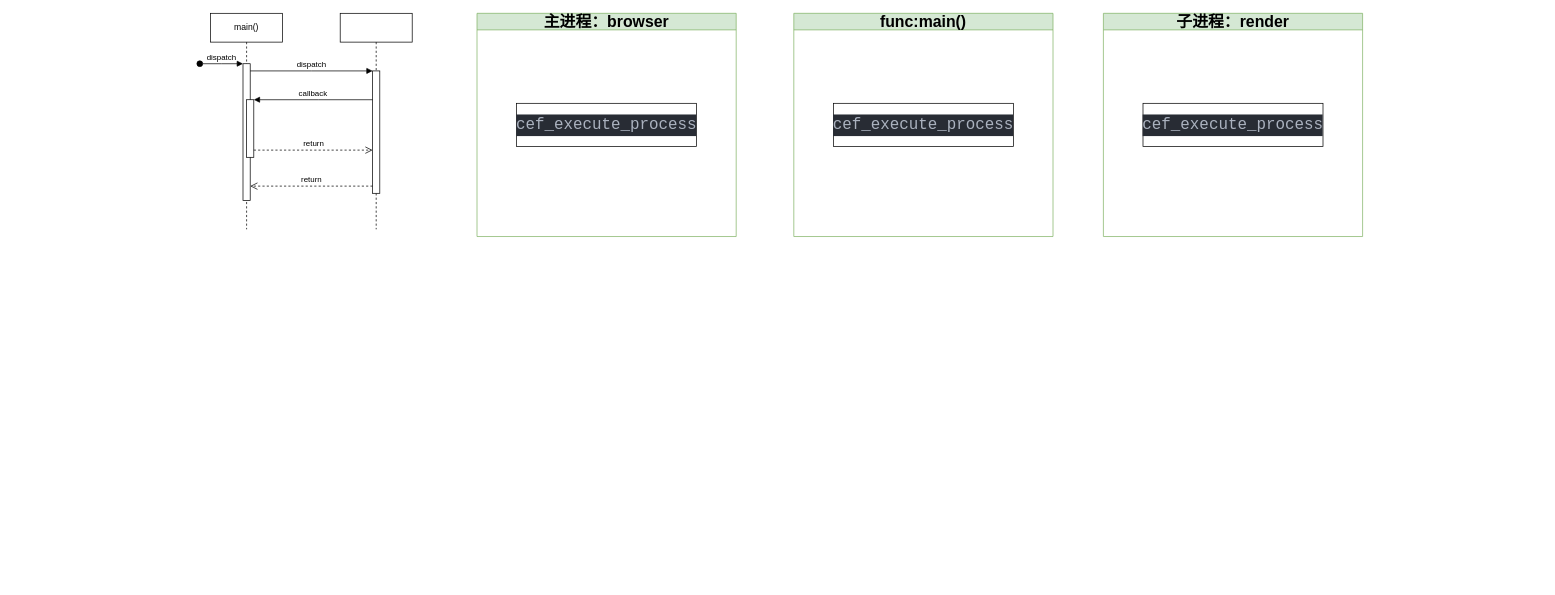
The draw.io diagram 未命名绘图.drawio in User-Cool/libcef-c-doc, before the edit. Source tidied: cells renumbered, new cells numbered last; positions are measured from the earlier drawing's top-left corner, leaving out a move shared by most shapes. Both pictures are drawn from the tidied source at 72%, with x=0, y=0 at pixel (199, 13).
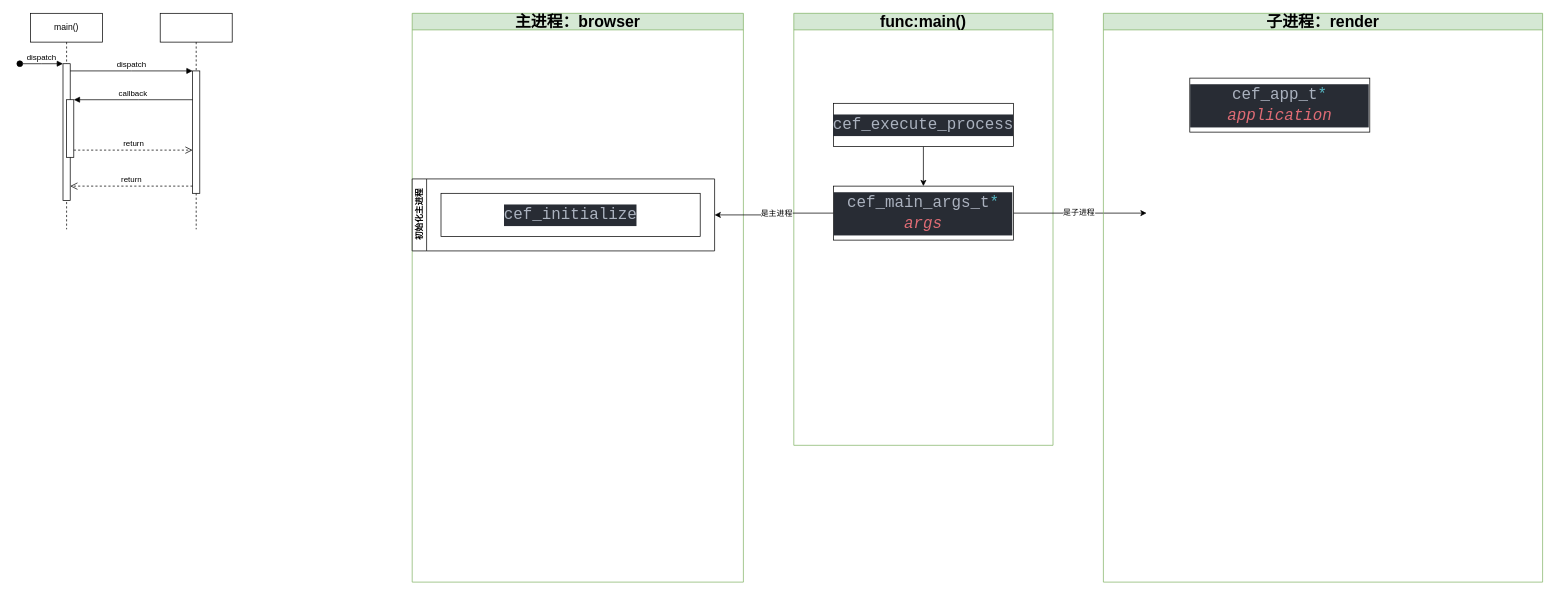
Above is the later version.

Commit message (it also covers changes not shown here):
更新未命名绘图.drawio

The change refers to these unchanged cells:
```xml
<mxCell id="3" style="html=1;points=[];perimeter=orthogonalPerimeter;outlineConnect=0;targetShapes=umlLifeline;portConstraint=eastwest;newEdgeStyle={&quot;edgeStyle&quot;:&quot;elbowEdgeStyle&quot;,&quot;elbow&quot;:&quot;vertical&quot;,&quot;curved&quot;:0,&quot;rounded&quot;:0};" parent="2" vertex="1">
  <mxGeometry x="45" y="70" width="10" height="190" as="geometry" />
</mxCell>
<mxCell id="5" style="html=1;points=[];perimeter=orthogonalPerimeter;outlineConnect=0;targetShapes=umlLifeline;portConstraint=eastwest;newEdgeStyle={&quot;edgeStyle&quot;:&quot;elbowEdgeStyle&quot;,&quot;elbow&quot;:&quot;vertical&quot;,&quot;curved&quot;:0,&quot;rounded&quot;:0};" parent="2" vertex="1">
  <mxGeometry x="50" y="120" width="10" height="80" as="geometry" />
</mxCell>
<mxCell id="7" style="html=1;points=[];perimeter=orthogonalPerimeter;outlineConnect=0;targetShapes=umlLifeline;portConstraint=eastwest;newEdgeStyle={&quot;edgeStyle&quot;:&quot;elbowEdgeStyle&quot;,&quot;elbow&quot;:&quot;vertical&quot;,&quot;curved&quot;:0,&quot;rounded&quot;:0};" parent="6" vertex="1">
  <mxGeometry x="45" y="80" width="10" height="170" as="geometry" />
</mxCell>
<mxCell id="13" value="&lt;div style=&quot;color: rgb(171, 178, 191); background-color: rgb(40, 44, 52); font-family: Consolas, &amp;quot;Source Code Pro&amp;quot;, &amp;quot;Source Code Pro&amp;quot;, Consolas, &amp;quot;Courier New&amp;quot;, monospace; font-size: 22px; line-height: 30px;&quot;&gt;cef_execute_process&lt;/div&gt;" style="rounded=0;whiteSpace=wrap;html=1;" parent="12" vertex="1">
  <mxGeometry x="55" y="125" width="250" height="60" as="geometry" />
</mxCell>
```

What changed in the source:
```diff
@@
     <mxCell id="2" value="main()" style="shape=umlLifeline;perimeter=lifelinePerimeter;whiteSpace=wrap;html=1;newEdgeStyle={&quot;edgeStyle&quot;:&quot;elbowEdgeStyle&quot;,&quot;elbow&quot;:&quot;vertical&quot;,&quot;curved&quot;:0,&quot;rounded&quot;:0};" parent="1" vertex="1">
-      <mxGeometry x="15" width="100" height="300" as="geometry" />
+      <mxGeometry x="-235" width="100" height="300" as="geometry" />
     </mxCell>
@@
     <mxCell id="6" style="shape=umlLifeline;perimeter=lifelinePerimeter;whiteSpace=wrap;html=1;newEdgeStyle={&quot;edgeStyle&quot;:&quot;elbowEdgeStyle&quot;,&quot;elbow&quot;:&quot;vertical&quot;,&quot;curved&quot;:0,&quot;rounded&quot;:0};" parent="1" vertex="1">
-      <mxGeometry x="195" width="100" height="300" as="geometry" />
+      <mxGeometry x="-55" width="100" height="300" as="geometry" />
     </mxCell>
@@
     <mxCell id="8" value="dispatch" style="html=1;verticalAlign=bottom;endArrow=block;edgeStyle=elbowEdgeStyle;elbow=vertical;curved=0;rounded=0;" parent="1" edge="1" source="3" target="7">
       <mxGeometry relative="1" as="geometry">
         <Array as="points">
-          <mxPoint x="155" y="80" />
+          <mxPoint x="-95" y="80" />
         </Array>
       </mxGeometry>
     </mxCell>
     <mxCell id="9" value="return" style="html=1;verticalAlign=bottom;endArrow=open;dashed=1;endSize=8;edgeStyle=elbowEdgeStyle;elbow=vertical;curved=0;rounded=0;" parent="1" edge="1" source="7" target="3">
       <mxGeometry relative="1" as="geometry">
         <Array as="points">
-          <mxPoint x="165" y="240" />
+          <mxPoint x="-85" y="240" />
         </Array>
       </mxGeometry>
     </mxCell>
     <mxCell id="10" value="callback" style="html=1;verticalAlign=bottom;endArrow=block;edgeStyle=elbowEdgeStyle;elbow=vertical;curved=0;rounded=0;" parent="1" edge="1" source="7" target="5">
       <mxGeometry relative="1" as="geometry">
         <Array as="points">
-          <mxPoint x="165" y="120" />
+          <mxPoint x="-85" y="120" />
         </Array>
       </mxGeometry>
     </mxCell>
     <mxCell id="11" value="return" style="html=1;verticalAlign=bottom;endArrow=open;dashed=1;endSize=8;edgeStyle=elbowEdgeStyle;elbow=vertical;curved=0;rounded=0;" parent="1" edge="1" source="5" target="7">
       <mxGeometry relative="1" as="geometry">
         <Array as="points">
-          <mxPoint x="155" y="190" />
+          <mxPoint x="-95" y="190" />
         </Array>
       </mxGeometry>
     </mxCell>
     <mxCell id="12" value="&lt;font style=&quot;font-size: 22px;&quot;&gt;func:main()&lt;/font&gt;" style="swimlane;whiteSpace=wrap;html=1;fillColor=#d5e8d4;strokeColor=#82b366;" parent="1" vertex="1">
-      <mxGeometry x="825" width="360" height="310" as="geometry" />
+      <mxGeometry x="825" width="360" height="600" as="geometry" />
     </mxCell>
+    <mxCell id="18" style="edgeStyle=orthogonalEdgeStyle;rounded=0;jettySize=auto;html=1;exitX=0.5;exitY=1;exitDx=0;exitDy=0;entryX=0.5;entryY=0;entryDx=0;entryDy=0;" parent="12" edge="1" source="13" target="21">
+      <mxGeometry relative="1" as="geometry" />
+    </mxCell>
@@
+    <mxCell id="19" style="edgeStyle=orthogonalEdgeStyle;rounded=0;jettySize=auto;html=1;" parent="12" edge="1" source="21">
+      <mxGeometry relative="1" as="geometry">
+        <mxPoint x="490" y="277.5" as="targetPoint" />
+      </mxGeometry>
+    </mxCell>
+    <mxCell id="20" value="是子进程" style="edgeLabel;html=1;align=center;verticalAlign=middle;" parent="19" vertex="1">
+      <mxGeometry x="-0.03" y="1" relative="1" as="geometry" />
+    </mxCell>
+    <mxCell id="21" value="&lt;div style=&quot;color: rgb(171, 178, 191); background-color: rgb(40, 44, 52); font-family: Consolas, &amp;quot;Source Code Pro&amp;quot;, &amp;quot;Source Code Pro&amp;quot;, Consolas, &amp;quot;Courier New&amp;quot;, monospace; font-size: 22px; line-height: 30px;&quot;&gt;&lt;div style=&quot;line-height: 30px;&quot;&gt;&lt;div style=&quot;line-height: 30px;&quot;&gt;&lt;div style=&quot;line-height: 30px;&quot;&gt;cef_main_args_t&lt;span style=&quot;color: #56b6c2;&quot;&gt;*&lt;/span&gt; &lt;span style=&quot;color: #e06c75;font-style: italic;&quot;&gt;args&lt;/span&gt;&lt;/div&gt;&lt;/div&gt;&lt;/div&gt;&lt;/div&gt;" style="rounded=0;whiteSpace=wrap;html=1;" parent="12" vertex="1">
+      <mxGeometry x="55" y="240" width="250" height="75" as="geometry" />
+    </mxCell>
     <mxCell id="14" value="&lt;span style=&quot;font-size: 22px;&quot;&gt;子进程：render&lt;/span&gt;" style="swimlane;whiteSpace=wrap;html=1;fillColor=#d5e8d4;strokeColor=#82b366;" parent="1" vertex="1">
-      <mxGeometry x="1255" width="360" height="310" as="geometry" />
+      <mxGeometry x="1255" width="610" height="790" as="geometry" />
     </mxCell>
-    <mxCell id="15" value="&lt;div style=&quot;color: rgb(171, 178, 191); background-color: rgb(40, 44, 52); font-family: Consolas, &amp;quot;Source Code Pro&amp;quot;, &amp;quot;Source Code Pro&amp;quot;, Consolas, &amp;quot;Courier New&amp;quot;, monospace; font-size: 22px; line-height: 30px;&quot;&gt;cef_execute_process&lt;/div&gt;" style="rounded=0;whiteSpace=wrap;html=1;" parent="14" vertex="1">
-      <mxGeometry x="55" y="125" width="250" height="60" as="geometry" />
+    <mxCell id="15" value="&lt;div style=&quot;color: rgb(171, 178, 191); background-color: rgb(40, 44, 52); font-family: Consolas, &amp;quot;Source Code Pro&amp;quot;, &amp;quot;Source Code Pro&amp;quot;, Consolas, &amp;quot;Courier New&amp;quot;, monospace; font-size: 22px; line-height: 30px;&quot;&gt;&lt;div style=&quot;line-height: 30px;&quot;&gt;&lt;div style=&quot;line-height: 30px;&quot;&gt;cef_app_t&lt;span style=&quot;color: #56b6c2;&quot;&gt;*&lt;/span&gt; &lt;span style=&quot;color: #e06c75;font-style: italic;&quot;&gt;application&lt;/span&gt;&lt;/div&gt;&lt;/div&gt;&lt;/div&gt;" style="rounded=0;whiteSpace=wrap;html=1;" parent="14" vertex="1">
+      <mxGeometry x="120" y="90" width="250" height="75" as="geometry" />
     </mxCell>
     <mxCell id="16" value="&lt;span style=&quot;font-size: 22px;&quot;&gt;主进程：browser&lt;/span&gt;" style="swimlane;whiteSpace=wrap;html=1;fillColor=#d5e8d4;strokeColor=#82b366;" parent="1" vertex="1">
-      <mxGeometry x="385" width="360" height="310" as="geometry" />
+      <mxGeometry x="295" width="460" height="790" as="geometry" />
     </mxCell>
+    <mxCell id="22" value="初始化主进程" style="swimlane;html=1;startSize=20;horizontal=0;flowOrientation=west;interRankCellSpacing=50;containerType=tree;fontSize=12;" parent="16" vertex="1">
+      <mxGeometry y="230" width="420" height="100" as="geometry" />
+    </mxCell>
-    <mxCell id="17" value="&lt;div style=&quot;color: rgb(171, 178, 191); background-color: rgb(40, 44, 52); font-family: Consolas, &amp;quot;Source Code Pro&amp;quot;, &amp;quot;Source Code Pro&amp;quot;, Consolas, &amp;quot;Courier New&amp;quot;, monospace; font-size: 22px; line-height: 30px;&quot;&gt;cef_execute_process&lt;/div&gt;" style="rounded=0;whiteSpace=wrap;html=1;" parent="16" vertex="1">
-      <mxGeometry x="55" y="125" width="250" height="60" as="geometry" />
+    <mxCell id="17" value="&lt;div style=&quot;color: rgb(171, 178, 191); background-color: rgb(40, 44, 52); font-family: Consolas, &amp;quot;Source Code Pro&amp;quot;, &amp;quot;Source Code Pro&amp;quot;, Consolas, &amp;quot;Courier New&amp;quot;, monospace; font-size: 22px; line-height: 30px;&quot;&gt;&lt;div style=&quot;line-height: 30px;&quot;&gt;cef_initialize&lt;/div&gt;&lt;/div&gt;" style="rounded=0;whiteSpace=wrap;html=1;" parent="22" vertex="1">
+      <mxGeometry x="40" y="20" width="360" height="60" as="geometry" />
     </mxCell>
+    <mxCell id="23" style="edgeStyle=orthogonalEdgeStyle;rounded=0;jettySize=auto;html=1;entryX=1;entryY=0.5;entryDx=0;entryDy=0;" parent="1" edge="1" source="21" target="22">
+      <mxGeometry relative="1" as="geometry" />
+    </mxCell>
+    <mxCell id="24" value="是主进程" style="edgeLabel;html=1;align=center;verticalAlign=middle;" parent="23" vertex="1">
+      <mxGeometry x="-0.05" relative="1" as="geometry" />
+    </mxCell>
```
